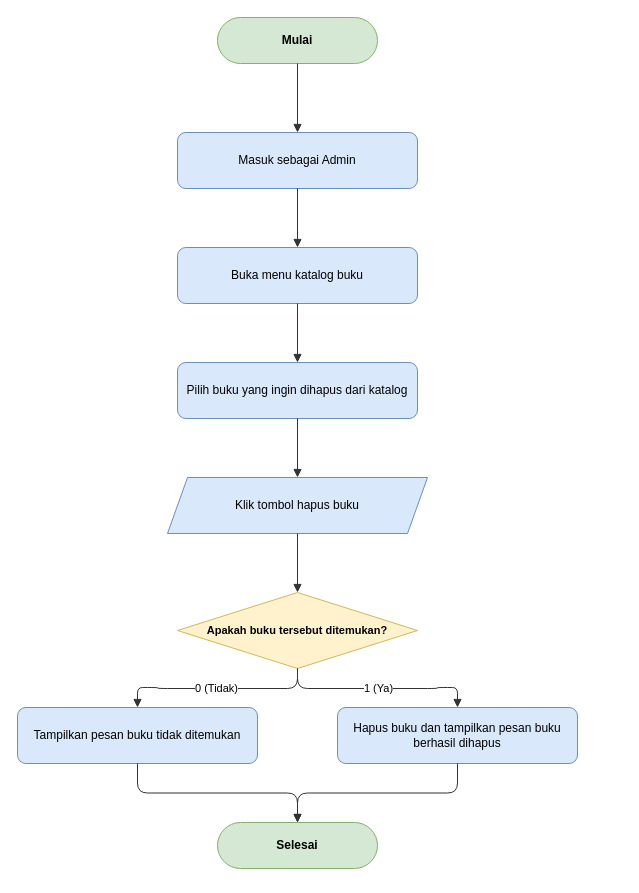
dimstyle/ruang-baca keeps this draw.io diagram as docs/diagrams/flowchart/flowchart-deletebook.drawio. Above is the earlier version. Source tidied: cells renumbered, new cells numbered last; positions are measured from the earlier drawing's top-left corner, leaving out a move shared by most shapes. Both pictures are drawn from the tidied source at 100%, with x=0, y=0 at pixel (17, 17).
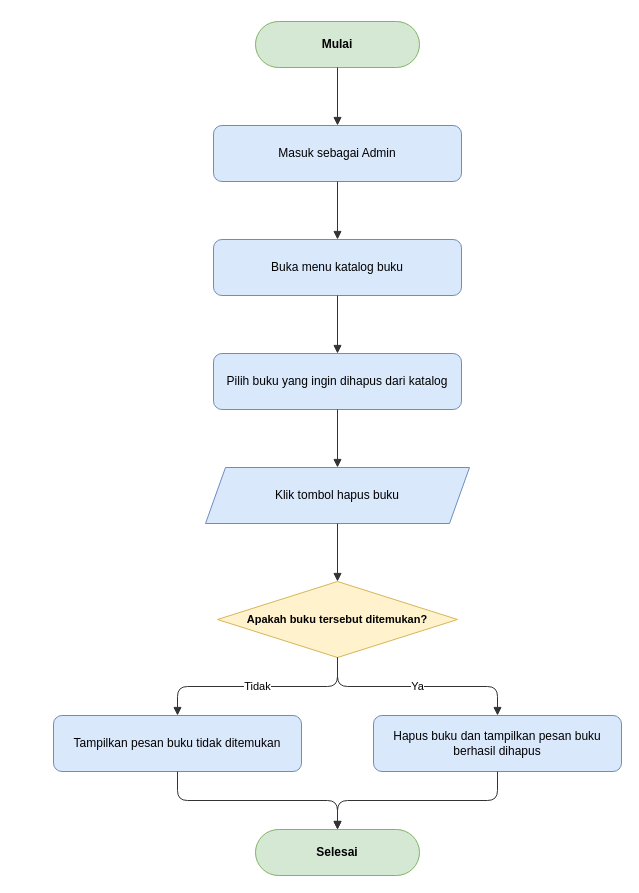
Above is the later version.

Change to the diagram source:
```diff
@@
 <mxGraphModel>
   <root>
     <mxCell id="0" />
     <mxCell id="1" parent="0" />
     <mxCell id="2" value="Mulai" style="rounded=1;whiteSpace=wrap;html=1;arcSize=50;fillColor=#d5e8d4;strokeColor=#82b366;fontStyle=1;fontSize=12;" parent="1" vertex="1">
-      <mxGeometry x="200" width="160" height="46" as="geometry" />
+      <mxGeometry x="238" y="4" width="164" height="46" as="geometry" />
     </mxCell>
     <mxCell id="3" value="Masuk sebagai Admin" style="rounded=1;whiteSpace=wrap;html=1;fillColor=#dae8fc;strokeColor=#6c8ebf;fontSize=12;" parent="1" vertex="1">
-      <mxGeometry x="160" y="115" width="240" height="56" as="geometry" />
+      <mxGeometry x="196" y="108" width="248" height="56" as="geometry" />
     </mxCell>
     <mxCell id="4" value="Buka menu katalog buku" style="rounded=1;whiteSpace=wrap;html=1;fillColor=#dae8fc;strokeColor=#6c8ebf;fontSize=12;" parent="1" vertex="1">
-      <mxGeometry x="160" y="230" width="240" height="56" as="geometry" />
+      <mxGeometry x="196" y="222" width="248" height="56" as="geometry" />
     </mxCell>
     <mxCell id="5" value="Pilih buku yang ingin dihapus dari katalog" style="rounded=1;whiteSpace=wrap;html=1;fillColor=#dae8fc;strokeColor=#6c8ebf;fontSize=12;" parent="1" vertex="1">
-      <mxGeometry x="160" y="345" width="240" height="56" as="geometry" />
+      <mxGeometry x="196" y="336" width="248" height="56" as="geometry" />
     </mxCell>
     <mxCell id="6" value="Klik tombol hapus buku" style="shape=parallelogram;perimeter=parallelogramPerimeter;whiteSpace=wrap;html=1;fixedSize=1;fillColor=#dae8fc;strokeColor=#6c8ebf;fontSize=12;" parent="1" vertex="1">
-      <mxGeometry x="150" y="460" width="260" height="56" as="geometry" />
+      <mxGeometry x="188" y="450" width="264" height="56" as="geometry" />
     </mxCell>
     <mxCell id="7" value="Apakah buku tersebut ditemukan?" style="rhombus;whiteSpace=wrap;html=1;fillColor=#fff2cc;strokeColor=#d6b656;fontStyle=1;fontSize=11;" parent="1" vertex="1">
-      <mxGeometry x="160" y="575" width="240" height="76" as="geometry" />
+      <mxGeometry x="200" y="564" width="240" height="76" as="geometry" />
     </mxCell>
     <mxCell id="8" value="Tampilkan pesan buku tidak ditemukan" style="rounded=1;whiteSpace=wrap;html=1;fillColor=#dae8fc;strokeColor=#6c8ebf;fontSize=12;" parent="1" vertex="1">
-      <mxGeometry y="690" width="240" height="56" as="geometry" />
+      <mxGeometry x="36" y="698" width="248" height="56" as="geometry" />
     </mxCell>
     <mxCell id="9" value="Hapus buku dan tampilkan pesan buku berhasil dihapus" style="rounded=1;whiteSpace=wrap;html=1;fillColor=#dae8fc;strokeColor=#6c8ebf;fontSize=12;" parent="1" vertex="1">
-      <mxGeometry x="320" y="690" width="240" height="56" as="geometry" />
+      <mxGeometry x="356" y="698" width="248" height="56" as="geometry" />
     </mxCell>
     <mxCell id="10" value="Selesai" style="rounded=1;whiteSpace=wrap;html=1;arcSize=50;fillColor=#d5e8d4;strokeColor=#82b366;fontStyle=1;fontSize=12;" parent="1" vertex="1">
-      <mxGeometry x="200" y="805" width="160" height="46" as="geometry" />
+      <mxGeometry x="238" y="812" width="164" height="46" as="geometry" />
     </mxCell>
     <mxCell id="11" style="edgeStyle=orthogonalEdgeStyle;rounded=1;jettySize=auto;html=1;endArrow=block;endFill=1;strokeColor=#333333;fontSize=11;labelBackgroundColor=#ffffff;" parent="1" edge="1" source="2" target="3">
       <mxGeometry relative="1" as="geometry" />
     </mxCell>
     <mxCell id="12" style="edgeStyle=orthogonalEdgeStyle;rounded=1;jettySize=auto;html=1;endArrow=block;endFill=1;strokeColor=#333333;fontSize=11;labelBackgroundColor=#ffffff;" parent="1" edge="1" source="3" target="4">
       <mxGeometry relative="1" as="geometry" />
     </mxCell>
     <mxCell id="13" style="edgeStyle=orthogonalEdgeStyle;rounded=1;jettySize=auto;html=1;endArrow=block;endFill=1;strokeColor=#333333;fontSize=11;labelBackgroundColor=#ffffff;" parent="1" edge="1" source="4" target="5">
       <mxGeometry relative="1" as="geometry" />
     </mxCell>
     <mxCell id="14" style="edgeStyle=orthogonalEdgeStyle;rounded=1;jettySize=auto;html=1;endArrow=block;endFill=1;strokeColor=#333333;fontSize=11;labelBackgroundColor=#ffffff;" parent="1" edge="1" source="5" target="6">
       <mxGeometry relative="1" as="geometry" />
     </mxCell>
     <mxCell id="15" style="edgeStyle=orthogonalEdgeStyle;rounded=1;jettySize=auto;html=1;endArrow=block;endFill=1;strokeColor=#333333;fontSize=11;labelBackgroundColor=#ffffff;" parent="1" edge="1" source="6" target="7">
       <mxGeometry relative="1" as="geometry" />
     </mxCell>
-    <mxCell id="16" value="0 (Tidak)" style="edgeStyle=orthogonalEdgeStyle;rounded=1;jettySize=auto;html=1;endArrow=block;endFill=1;strokeColor=#333333;fontSize=11;labelBackgroundColor=#ffffff;" parent="1" edge="1" source="7" target="8">
+    <mxCell id="16" value="Tidak" style="edgeStyle=orthogonalEdgeStyle;rounded=1;jettySize=auto;html=1;endArrow=block;endFill=1;strokeColor=#333333;fontSize=11;labelBackgroundColor=#ffffff;" parent="1" edge="1" source="7" target="8">
       <mxGeometry relative="1" as="geometry" />
     </mxCell>
     <mxCell id="17" style="edgeStyle=orthogonalEdgeStyle;rounded=1;jettySize=auto;html=1;endArrow=block;endFill=1;strokeColor=#333333;fontSize=11;labelBackgroundColor=#ffffff;" parent="1" edge="1" source="8" target="10">
       <mxGeometry relative="1" as="geometry" />
     </mxCell>
-    <mxCell id="18" value="1 (Ya)" style="edgeStyle=orthogonalEdgeStyle;rounded=1;jettySize=auto;html=1;endArrow=block;endFill=1;strokeColor=#333333;fontSize=11;labelBackgroundColor=#ffffff;" parent="1" edge="1" source="7" target="9">
+    <mxCell id="18" value="Ya" style="edgeStyle=orthogonalEdgeStyle;rounded=1;jettySize=auto;html=1;endArrow=block;endFill=1;strokeColor=#333333;fontSize=11;labelBackgroundColor=#ffffff;" parent="1" edge="1" source="7" target="9">
       <mxGeometry relative="1" as="geometry" />
     </mxCell>
     <mxCell id="19" style="edgeStyle=orthogonalEdgeStyle;rounded=1;jettySize=auto;html=1;endArrow=block;endFill=1;strokeColor=#333333;fontSize=11;labelBackgroundColor=#ffffff;" parent="1" edge="1" source="9" target="10">
       <mxGeometry relative="1" as="geometry" />
     </mxCell>
   </root>
 </mxGraphModel>
```
